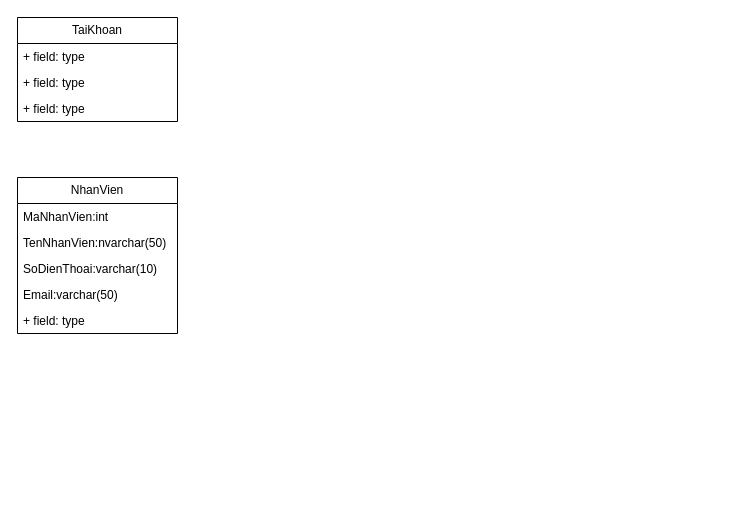
The draw.io diagram j2ee.drawio in maivantai2003/vercelDemo, before the edit. Source tidied: cells renumbered, new cells numbered last; positions are measured from the earlier drawing's top-left corner, leaving out a move shared by most shapes. Both pictures are drawn from the tidied source at 100%, with x=0, y=0 at pixel (17, 17).
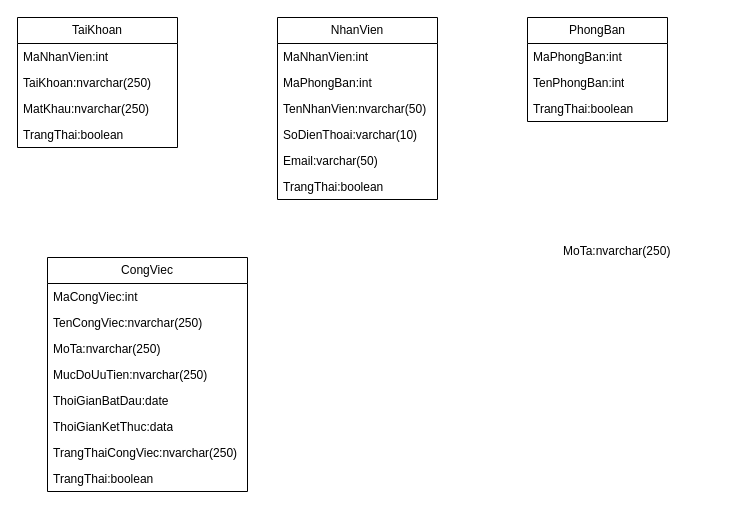
The same diagram, later.

The edit, as a diff of the source:
```diff
@@
     <mxCell id="2" value="TaiKhoan" style="swimlane;fontStyle=0;horizontal=1;startSize=26;fillColor=none;whiteSpace=wrap;html=1;" parent="1" vertex="1">
-      <mxGeometry width="160" height="104" as="geometry" />
+      <mxGeometry width="160" height="130" as="geometry" />
     </mxCell>
-    <mxCell id="3" value="+ field: type" style="text;strokeColor=none;fillColor=none;align=left;verticalAlign=top;spacingLeft=4;spacingRight=4;overflow=hidden;whiteSpace=wrap;html=1;" parent="2" vertex="1">
+    <mxCell id="3" value="MaNhanVien:int" style="text;strokeColor=none;fillColor=none;align=left;verticalAlign=top;spacingLeft=4;spacingRight=4;overflow=hidden;whiteSpace=wrap;html=1;" parent="2" vertex="1">
       <mxGeometry y="26" width="160" height="26" as="geometry" />
     </mxCell>
-    <mxCell id="4" value="+ field: type" style="text;strokeColor=none;fillColor=none;align=left;verticalAlign=top;spacingLeft=4;spacingRight=4;overflow=hidden;whiteSpace=wrap;html=1;" parent="2" vertex="1">
+    <mxCell id="4" value="TaiKhoan:nvarchar(250)" style="text;strokeColor=none;fillColor=none;align=left;verticalAlign=top;spacingLeft=4;spacingRight=4;overflow=hidden;whiteSpace=wrap;html=1;" parent="2" vertex="1">
       <mxGeometry y="52" width="160" height="26" as="geometry" />
     </mxCell>
-    <mxCell id="5" value="+ field: type" style="text;strokeColor=none;fillColor=none;align=left;verticalAlign=top;spacingLeft=4;spacingRight=4;overflow=hidden;whiteSpace=wrap;html=1;" parent="2" vertex="1">
+    <mxCell id="5" value="MatKhau:nvarchar(250)" style="text;strokeColor=none;fillColor=none;align=left;verticalAlign=top;spacingLeft=4;spacingRight=4;overflow=hidden;whiteSpace=wrap;html=1;" parent="2" vertex="1">
       <mxGeometry y="78" width="160" height="26" as="geometry" />
     </mxCell>
+    <mxCell id="12" value="TrangThai:boolean" style="text;strokeColor=none;fillColor=none;align=left;verticalAlign=top;spacingLeft=4;spacingRight=4;overflow=hidden;whiteSpace=wrap;html=1;" parent="2" vertex="1">
+      <mxGeometry y="104" width="160" height="26" as="geometry" />
+    </mxCell>
     <mxCell id="6" value="NhanVien" style="swimlane;fontStyle=0;horizontal=1;startSize=26;fillColor=none;whiteSpace=wrap;html=1;" parent="1" vertex="1">
-      <mxGeometry y="160" width="160" height="156" as="geometry" />
+      <mxGeometry x="260" width="160" height="182" as="geometry" />
     </mxCell>
@@
+    <mxCell id="13" value="MaPhongBan:int" style="text;strokeColor=none;fillColor=none;align=left;verticalAlign=top;spacingLeft=4;spacingRight=4;overflow=hidden;whiteSpace=wrap;html=1;" parent="6" vertex="1">
+      <mxGeometry y="52" width="160" height="26" as="geometry" />
+    </mxCell>
     <mxCell id="8" value="TenNhanVien:nvarchar(50)" style="text;strokeColor=none;fillColor=none;align=left;verticalAlign=top;spacingLeft=4;spacingRight=4;overflow=hidden;whiteSpace=wrap;html=1;" parent="6" vertex="1">
-      <mxGeometry y="52" width="160" height="26" as="geometry" />
+      <mxGeometry y="78" width="160" height="26" as="geometry" />
     </mxCell>
     <mxCell id="9" value="SoDienThoai:varchar(10)" style="text;strokeColor=none;fillColor=none;align=left;verticalAlign=top;spacingLeft=4;spacingRight=4;overflow=hidden;whiteSpace=wrap;html=1;" parent="6" vertex="1">
-      <mxGeometry y="78" width="160" height="26" as="geometry" />
+      <mxGeometry y="104" width="160" height="26" as="geometry" />
     </mxCell>
     <mxCell id="10" value="Email:varchar(50)" style="text;strokeColor=none;fillColor=none;align=left;verticalAlign=top;spacingLeft=4;spacingRight=4;overflow=hidden;whiteSpace=wrap;html=1;" parent="6" vertex="1">
-      <mxGeometry y="104" width="160" height="26" as="geometry" />
+      <mxGeometry y="130" width="160" height="26" as="geometry" />
     </mxCell>
-    <mxCell id="11" value="+ field: type" style="text;strokeColor=none;fillColor=none;align=left;verticalAlign=top;spacingLeft=4;spacingRight=4;overflow=hidden;whiteSpace=wrap;html=1;" parent="6" vertex="1">
-      <mxGeometry y="130" width="160" height="26" as="geometry" />
+    <mxCell id="11" value="TrangThai:boolean" style="text;strokeColor=none;fillColor=none;align=left;verticalAlign=top;spacingLeft=4;spacingRight=4;overflow=hidden;whiteSpace=wrap;html=1;" parent="6" vertex="1">
+      <mxGeometry y="156" width="160" height="26" as="geometry" />
     </mxCell>
+    <mxCell id="14" value="PhongBan" style="swimlane;fontStyle=0;horizontal=1;startSize=26;fillColor=none;whiteSpace=wrap;html=1;" parent="1" vertex="1">
+      <mxGeometry x="510" width="140" height="104" as="geometry" />
+    </mxCell>
+    <mxCell id="15" value="MaPhongBan:int" style="text;strokeColor=none;fillColor=none;align=left;verticalAlign=top;spacingLeft=4;spacingRight=4;overflow=hidden;whiteSpace=wrap;html=1;" parent="14" vertex="1">
+      <mxGeometry y="26" width="140" height="26" as="geometry" />
+    </mxCell>
+    <mxCell id="16" value="TenPhongBan:int" style="text;strokeColor=none;fillColor=none;align=left;verticalAlign=top;spacingLeft=4;spacingRight=4;overflow=hidden;whiteSpace=wrap;html=1;" parent="14" vertex="1">
+      <mxGeometry y="52" width="140" height="26" as="geometry" />
+    </mxCell>
+    <mxCell id="17" value="TrangThai:boolean" style="text;strokeColor=none;fillColor=none;align=left;verticalAlign=top;spacingLeft=4;spacingRight=4;overflow=hidden;whiteSpace=wrap;html=1;" parent="14" vertex="1">
+      <mxGeometry y="78" width="140" height="26" as="geometry" />
+    </mxCell>
+    <mxCell id="18" value="CongViec" style="swimlane;fontStyle=0;horizontal=1;startSize=26;fillColor=none;whiteSpace=wrap;html=1;" parent="1" vertex="1">
+      <mxGeometry x="30" y="240" width="200" height="234" as="geometry" />
+    </mxCell>
+    <mxCell id="19" value="MaCongViec:int" style="text;strokeColor=none;fillColor=none;align=left;verticalAlign=top;spacingLeft=4;spacingRight=4;overflow=hidden;whiteSpace=wrap;html=1;" parent="18" vertex="1">
+      <mxGeometry y="26" width="200" height="26" as="geometry" />
+    </mxCell>
+    <mxCell id="20" value="TenCongViec:nvarchar(250)" style="text;strokeColor=none;fillColor=none;align=left;verticalAlign=top;spacingLeft=4;spacingRight=4;overflow=hidden;whiteSpace=wrap;html=1;" parent="18" vertex="1">
+      <mxGeometry y="52" width="200" height="26" as="geometry" />
+    </mxCell>
+    <mxCell id="21" value="MoTa:nvarchar(250)" style="text;strokeColor=none;fillColor=none;align=left;verticalAlign=top;spacingLeft=4;spacingRight=4;overflow=hidden;whiteSpace=wrap;html=1;" parent="18" vertex="1">
+      <mxGeometry y="78" width="200" height="26" as="geometry" />
+    </mxCell>
+    <mxCell id="22" value="MucDoUuTien:nvarchar(250)" style="text;strokeColor=none;fillColor=none;align=left;verticalAlign=top;spacingLeft=4;spacingRight=4;overflow=hidden;whiteSpace=wrap;html=1;" parent="18" vertex="1">
+      <mxGeometry y="104" width="200" height="26" as="geometry" />
+    </mxCell>
+    <mxCell id="23" value="ThoiGianBatDau:date" style="text;strokeColor=none;fillColor=none;align=left;verticalAlign=top;spacingLeft=4;spacingRight=4;overflow=hidden;whiteSpace=wrap;html=1;" parent="18" vertex="1">
+      <mxGeometry y="130" width="200" height="26" as="geometry" />
+    </mxCell>
+    <mxCell id="24" value="ThoiGianKetThuc:data" style="text;strokeColor=none;fillColor=none;align=left;verticalAlign=top;spacingLeft=4;spacingRight=4;overflow=hidden;whiteSpace=wrap;html=1;" parent="18" vertex="1">
+      <mxGeometry y="156" width="200" height="26" as="geometry" />
+    </mxCell>
+    <mxCell id="25" value="TrangThaiCongViec:nvarchar(250)" style="text;strokeColor=none;fillColor=none;align=left;verticalAlign=top;spacingLeft=4;spacingRight=4;overflow=hidden;whiteSpace=wrap;html=1;" parent="18" vertex="1">
+      <mxGeometry y="182" width="200" height="26" as="geometry" />
+    </mxCell>
+    <mxCell id="26" value="TrangThai:boolean" style="text;strokeColor=none;fillColor=none;align=left;verticalAlign=top;spacingLeft=4;spacingRight=4;overflow=hidden;whiteSpace=wrap;html=1;" parent="18" vertex="1">
+      <mxGeometry y="208" width="200" height="26" as="geometry" />
+    </mxCell>
+    <mxCell id="27" value="MoTa:nvarchar(250)" style="text;strokeColor=none;fillColor=none;align=left;verticalAlign=top;spacingLeft=4;spacingRight=4;overflow=hidden;whiteSpace=wrap;html=1;" parent="1" vertex="1">
+      <mxGeometry x="540" y="220" width="160" height="26" as="geometry" />
+    </mxCell>
```
